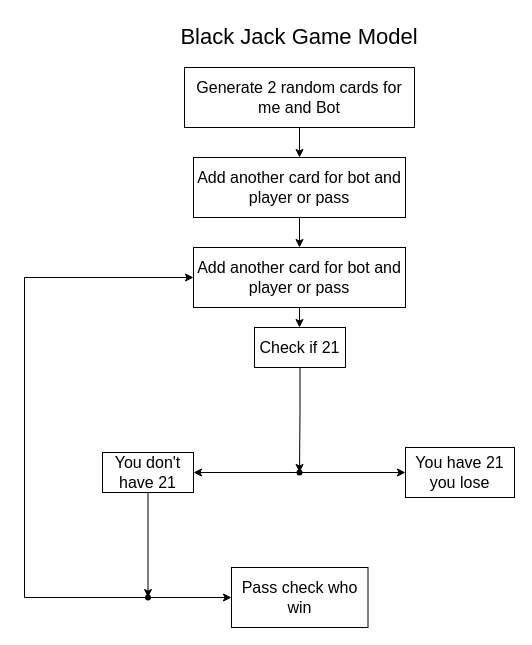
Before: blackjackmodel.drawio in Personalaccpl/diagrams, a draw.io diagram. Source tidied: cells renumbered, new cells numbered last; positions are measured from the earlier drawing's top-left corner, leaving out a move shared by most shapes. Both pictures are drawn from the tidied source at 100%, with x=0, y=0 at pixel (24, 17).
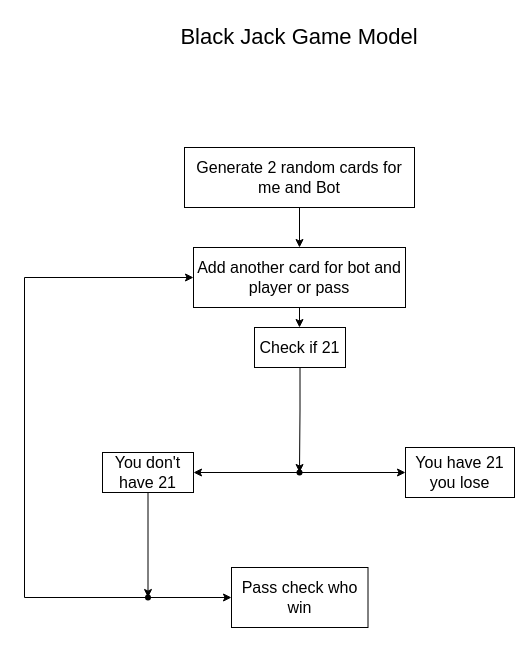
Above is the later version.

The change refers to these unchanged cells:
```xml
<mxCell id="11" value="Add another card for bot and player or pass" style="rounded=0;whiteSpace=wrap;html=1;fontSize=16;" parent="1" vertex="1">
  <mxGeometry x="169" y="230" width="212" height="60" as="geometry" />
</mxCell>
```

Change to the diagram source:
```diff
@@
-    <mxCell id="3" style="edgeStyle=orthogonalEdgeStyle;rounded=0;jettySize=auto;html=1;fontSize=16;" parent="1" edge="1" source="4" target="6">
-      <mxGeometry relative="1" as="geometry" />
-    </mxCell>
+    <mxCell id="21" style="edgeStyle=orthogonalEdgeStyle;rounded=0;jettySize=auto;html=1;" parent="1" edge="1" source="4" target="11">
+      <mxGeometry relative="1" as="geometry" />
+    </mxCell>
     <mxCell id="4" value="Generate 2 random cards for me and Bot" style="rounded=0;whiteSpace=wrap;html=1;fontSize=16;" parent="1" vertex="1">
-      <mxGeometry x="160" y="50" width="230" height="60" as="geometry" />
+      <mxGeometry x="160" y="130" width="230" height="60" as="geometry" />
     </mxCell>
-    <mxCell id="5" style="edgeStyle=orthogonalEdgeStyle;rounded=0;jettySize=auto;html=1;fontSize=16;" parent="1" edge="1" source="6" target="11">
-      <mxGeometry relative="1" as="geometry" />
-    </mxCell>
-    <mxCell id="6" value="Add another card for bot and player or pass" style="rounded=0;whiteSpace=wrap;html=1;fontSize=16;" parent="1" vertex="1">
-      <mxGeometry x="169" y="140" width="212" height="60" as="geometry" />
-    </mxCell>
```
